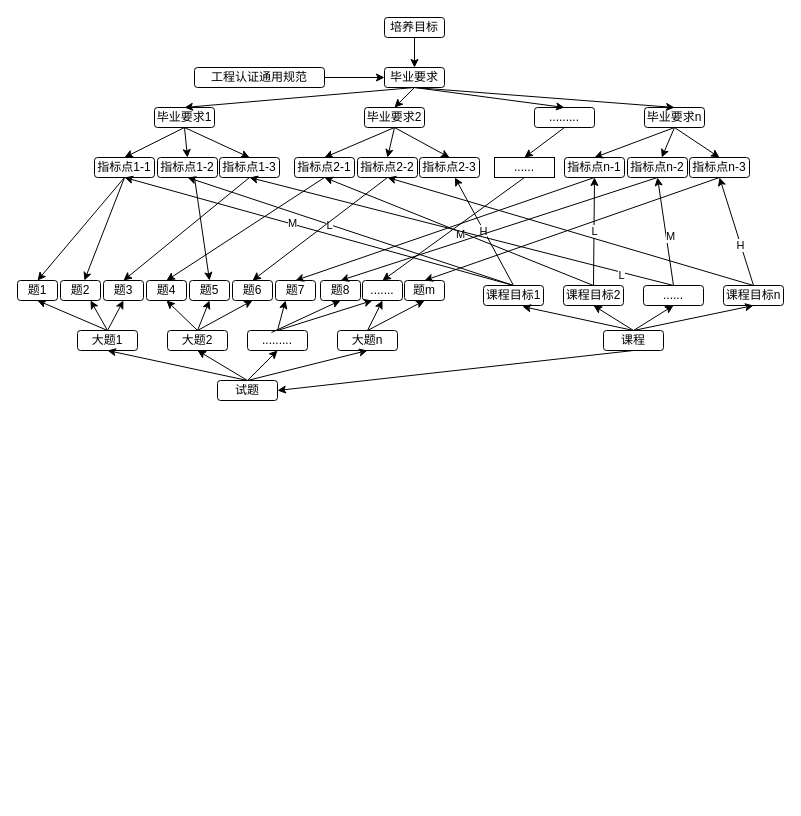
The draw.io diagram Untitled Diagram.drawio in oliverwy/DhDesignpattern, before the edit. Source tidied: cells renumbered, new cells numbered last; positions are measured from the earlier drawing's top-left corner, leaving out a move shared by most shapes. Both pictures are drawn from the tidied source at 100%, with x=0, y=0 at pixel (17, 17).
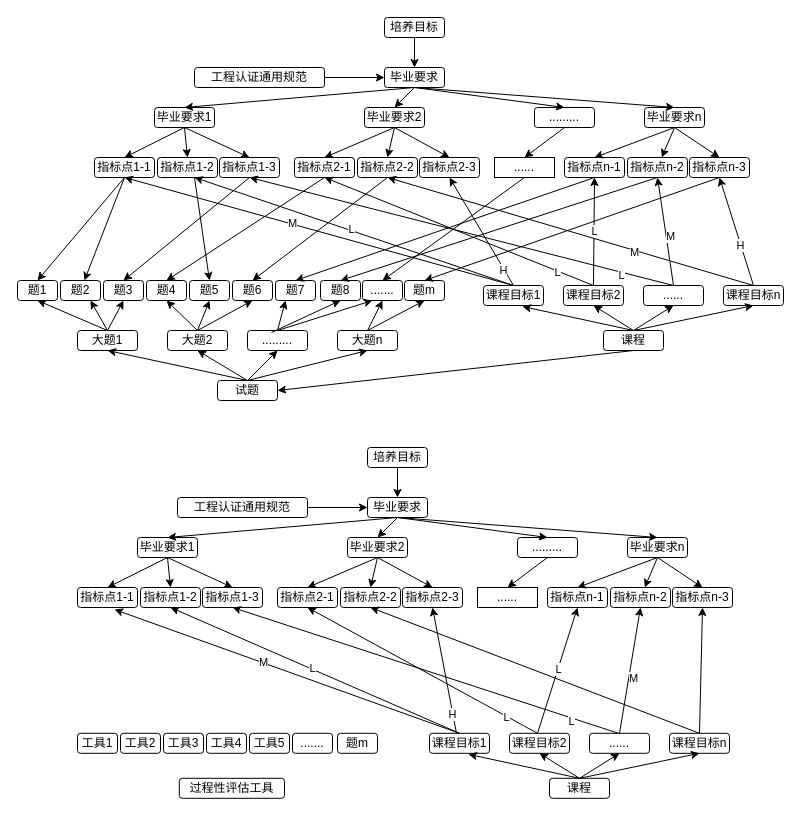
The same page after the edit.

Unchanged cells that the change refers to:
```xml
<mxCell id="10" value="指标点1-2" style="rounded=1;whiteSpace=wrap;html=1;align=center;" parent="1" vertex="1">
  <mxGeometry x="140" y="140" width="60" height="20" as="geometry" />
</mxCell>
<mxCell id="12" value="指标点2-1" style="rounded=1;whiteSpace=wrap;html=1;align=center;" parent="1" vertex="1">
  <mxGeometry x="277" y="140" width="60" height="20" as="geometry" />
</mxCell>
<mxCell id="14" value="指标点2-3" style="rounded=1;whiteSpace=wrap;html=1;align=center;" parent="1" vertex="1">
  <mxGeometry x="402" y="140" width="60" height="20" as="geometry" />
</mxCell>
<mxCell id="19" value="课程目标1" style="rounded=1;whiteSpace=wrap;html=1;align=center;" parent="1" vertex="1">
  <mxGeometry x="466" y="268" width="60" height="20" as="geometry" />
</mxCell>
<mxCell id="20" value="课程目标2" style="rounded=1;whiteSpace=wrap;html=1;align=center;" parent="1" vertex="1">
  <mxGeometry x="546" y="268" width="60" height="20" as="geometry" />
</mxCell>
<mxCell id="39" style="endArrow=classic;html=1;rounded=0;exitX=0.5;exitY=0;exitDx=0;exitDy=0;entryX=0.5;entryY=1;entryDx=0;entryDy=0;" parent="1" edge="1" source="22" target="13">
  <mxGeometry relative="1" as="geometry" />
</mxCell>
```

The edit, as a diff of the source:
```diff
@@
-    <mxCell id="25" style="endArrow=classic;html=1;rounded=0;entryX=0.5;entryY=1;entryDx=0;entryDy=0;exitX=0.5;exitY=0;exitDx=0;exitDy=0;" parent="1" edge="1" source="19" target="10">
-      <mxGeometry relative="1" as="geometry" />
-    </mxCell>
-    <mxCell id="26" value="&lt;div&gt;L&lt;/div&gt;" style="edgeLabel;html=1;align=center;verticalAlign=middle;" parent="25" vertex="1">
-      <mxGeometry x="0.13" y="1" relative="1" as="geometry" />
-    </mxCell>
-    <mxCell id="27" style="endArrow=classic;html=1;rounded=0;exitX=0.5;exitY=0;exitDx=0;exitDy=0;" parent="1" edge="1" source="19" target="14">
-      <mxGeometry relative="1" as="geometry" />
-    </mxCell>
-    <mxCell id="28" value="H" style="edgeLabel;html=1;align=center;verticalAlign=middle;" parent="27" vertex="1">
-      <mxGeometry x="0.02" y="1" relative="1" as="geometry" />
-    </mxCell>
-    <mxCell id="29" style="endArrow=classic;html=1;rounded=0;exitX=0.5;exitY=0;exitDx=0;exitDy=0;entryX=0.5;entryY=1;entryDx=0;entryDy=0;" parent="1" edge="1" source="20" target="12">
-      <mxGeometry relative="1" as="geometry" />
-    </mxCell>
-    <mxCell id="30" value="M" style="edgeLabel;html=1;align=center;verticalAlign=middle;" parent="29" vertex="1">
-      <mxGeometry x="-0.01" y="2" relative="1" as="geometry" />
-    </mxCell>
@@
+    <mxCell id="102" value="M" style="edgeLabel;html=1;align=center;verticalAlign=middle;" parent="39" vertex="1">
+      <mxGeometry x="-0.35" y="2" relative="1" as="geometry" />
+    </mxCell>
@@
+    <mxCell id="27" style="endArrow=classic;html=1;rounded=0;entryX=0.5;entryY=1;entryDx=0;entryDy=0;exitX=0.5;exitY=0;exitDx=0;exitDy=0;" parent="1" edge="1" source="19" target="14">
+      <mxGeometry relative="1" as="geometry" />
+    </mxCell>
+    <mxCell id="103" value="H" style="edgeLabel;html=1;align=center;verticalAlign=middle;" parent="27" vertex="1">
+      <mxGeometry x="-0.69" y="1" relative="1" as="geometry" />
+    </mxCell>
+    <mxCell id="29" style="endArrow=classic;html=1;rounded=0;entryX=0.5;entryY=1;entryDx=0;entryDy=0;exitX=0.5;exitY=0;exitDx=0;exitDy=0;" parent="1" edge="1" source="20" target="12">
+      <mxGeometry relative="1" as="geometry" />
+    </mxCell>
+    <mxCell id="104" value="&lt;div&gt;L&lt;/div&gt;" style="edgeLabel;html=1;align=center;verticalAlign=middle;" parent="29" vertex="1">
+      <mxGeometry x="-0.73" y="1" relative="1" as="geometry" />
+    </mxCell>
+    <mxCell id="25" style="endArrow=classic;html=1;rounded=0;entryX=0.617;entryY=1;entryDx=0;entryDy=0;entryPerimeter=0;exitX=0.5;exitY=0;exitDx=0;exitDy=0;" parent="1" edge="1" source="19" target="10">
+      <mxGeometry relative="1" as="geometry" />
+    </mxCell>
+    <mxCell id="105" value="L" style="edgeLabel;html=1;align=center;verticalAlign=middle;" parent="25" vertex="1">
+      <mxGeometry x="0.02" y="-1" relative="1" as="geometry" />
+    </mxCell>
+    <mxCell id="106" value="&lt;div align=&quot;center&quot;&gt;培养目标&lt;/div&gt;" style="rounded=1;whiteSpace=wrap;html=1;align=center;" parent="1" vertex="1">
+      <mxGeometry x="350" y="430" width="60" height="20" as="geometry" />
+    </mxCell>
+    <mxCell id="107" value="毕业要求" style="rounded=1;whiteSpace=wrap;html=1;align=center;" parent="1" vertex="1">
+      <mxGeometry x="350" y="480" width="60" height="20" as="geometry" />
+    </mxCell>
+    <mxCell id="108" value="工程认证通用规范" style="rounded=1;whiteSpace=wrap;html=1;align=center;" parent="1" vertex="1">
+      <mxGeometry x="160" y="480" width="130" height="20" as="geometry" />
+    </mxCell>
+    <mxCell id="109" value="毕业要求1" style="rounded=1;whiteSpace=wrap;html=1;align=center;" parent="1" vertex="1">
+      <mxGeometry x="120" y="520" width="60" height="20" as="geometry" />
+    </mxCell>
+    <mxCell id="110" value="毕业要求2" style="rounded=1;whiteSpace=wrap;html=1;align=center;" parent="1" vertex="1">
+      <mxGeometry x="330" y="520" width="60" height="20" as="geometry" />
+    </mxCell>
+    <mxCell id="111" value="毕业要求n" style="rounded=1;whiteSpace=wrap;html=1;align=center;" parent="1" vertex="1">
+      <mxGeometry x="610" y="520" width="60" height="20" as="geometry" />
+    </mxCell>
+    <mxCell id="112" value="........." style="rounded=1;whiteSpace=wrap;html=1;align=center;" parent="1" vertex="1">
+      <mxGeometry x="500" y="520" width="60" height="20" as="geometry" />
+    </mxCell>
+    <mxCell id="113" value="指标点1-1" style="rounded=1;whiteSpace=wrap;html=1;align=center;" parent="1" vertex="1">
+      <mxGeometry x="60" y="570" width="60" height="20" as="geometry" />
+    </mxCell>
+    <mxCell id="114" value="指标点1-2" style="rounded=1;whiteSpace=wrap;html=1;align=center;" parent="1" vertex="1">
+      <mxGeometry x="123" y="570" width="60" height="20" as="geometry" />
+    </mxCell>
+    <mxCell id="115" value="指标点1-3" style="rounded=1;whiteSpace=wrap;html=1;align=center;" parent="1" vertex="1">
+      <mxGeometry x="185" y="570" width="60" height="20" as="geometry" />
+    </mxCell>
+    <mxCell id="116" value="指标点2-1" style="rounded=1;whiteSpace=wrap;html=1;align=center;" parent="1" vertex="1">
+      <mxGeometry x="260" y="570" width="60" height="20" as="geometry" />
+    </mxCell>
+    <mxCell id="117" value="指标点2-2" style="rounded=1;whiteSpace=wrap;html=1;align=center;" parent="1" vertex="1">
+      <mxGeometry x="323" y="570" width="60" height="20" as="geometry" />
+    </mxCell>
+    <mxCell id="118" value="指标点2-3" style="rounded=1;whiteSpace=wrap;html=1;align=center;" parent="1" vertex="1">
+      <mxGeometry x="385" y="570" width="60" height="20" as="geometry" />
+    </mxCell>
+    <mxCell id="119" value="指标点n-1" style="rounded=1;whiteSpace=wrap;html=1;align=center;" parent="1" vertex="1">
+      <mxGeometry x="530" y="570" width="60" height="20" as="geometry" />
+    </mxCell>
+    <mxCell id="120" value="指标点n-2" style="rounded=1;whiteSpace=wrap;html=1;align=center;" parent="1" vertex="1">
+      <mxGeometry x="593" y="570" width="60" height="20" as="geometry" />
+    </mxCell>
+    <mxCell id="121" value="指标点n-3" style="rounded=1;whiteSpace=wrap;html=1;align=center;" parent="1" vertex="1">
+      <mxGeometry x="655" y="570" width="60" height="20" as="geometry" />
+    </mxCell>
+    <mxCell id="122" value="......" style="rounded=1;whiteSpace=wrap;html=1;align=center;arcSize=0;" parent="1" vertex="1">
+      <mxGeometry x="460" y="570" width="60" height="20" as="geometry" />
+    </mxCell>
+    <mxCell id="123" style="endArrow=classic;html=1;rounded=0;exitX=0.5;exitY=1;exitDx=0;exitDy=0;entryX=0.5;entryY=0;entryDx=0;entryDy=0;" parent="1" edge="1" source="109" target="113">
+      <mxGeometry relative="1" as="geometry" />
+    </mxCell>
+    <mxCell id="124" style="endArrow=classic;html=1;rounded=0;exitX=0.5;exitY=1;exitDx=0;exitDy=0;entryX=0.5;entryY=0;entryDx=0;entryDy=0;" parent="1" edge="1" source="109" target="114">
+      <mxGeometry relative="1" as="geometry" />
+    </mxCell>
+    <mxCell id="125" style="endArrow=classic;html=1;rounded=0;exitX=0.5;exitY=1;exitDx=0;exitDy=0;entryX=0.5;entryY=0;entryDx=0;entryDy=0;" parent="1" edge="1" source="109" target="115">
+      <mxGeometry relative="1" as="geometry" />
+    </mxCell>
+    <mxCell id="126" style="endArrow=classic;html=1;rounded=0;exitX=0.5;exitY=1;exitDx=0;exitDy=0;entryX=0.5;entryY=0;entryDx=0;entryDy=0;" parent="1" edge="1" source="110" target="116">
+      <mxGeometry relative="1" as="geometry" />
+    </mxCell>
+    <mxCell id="127" style="endArrow=classic;html=1;rounded=0;exitX=0.5;exitY=1;exitDx=0;exitDy=0;entryX=0.5;entryY=0;entryDx=0;entryDy=0;" parent="1" edge="1" source="110" target="117">
+      <mxGeometry relative="1" as="geometry" />
+    </mxCell>
+    <mxCell id="128" style="endArrow=classic;html=1;rounded=0;exitX=0.5;exitY=1;exitDx=0;exitDy=0;entryX=0.5;entryY=0;entryDx=0;entryDy=0;" parent="1" edge="1" source="110" target="118">
+      <mxGeometry relative="1" as="geometry" />
+    </mxCell>
+    <mxCell id="129" style="endArrow=classic;html=1;rounded=0;exitX=0.5;exitY=1;exitDx=0;exitDy=0;entryX=0.5;entryY=0;entryDx=0;entryDy=0;" parent="1" edge="1" source="112" target="122">
+      <mxGeometry relative="1" as="geometry" />
+    </mxCell>
+    <mxCell id="130" style="endArrow=classic;html=1;rounded=0;exitX=0.5;exitY=1;exitDx=0;exitDy=0;entryX=0.5;entryY=0;entryDx=0;entryDy=0;" parent="1" edge="1" source="111" target="119">
+      <mxGeometry relative="1" as="geometry" />
+    </mxCell>
+    <mxCell id="131" style="endArrow=classic;html=1;rounded=0;exitX=0.5;exitY=1;exitDx=0;exitDy=0;" parent="1" edge="1" source="111" target="120">
+      <mxGeometry relative="1" as="geometry" />
+    </mxCell>
+    <mxCell id="132" style="endArrow=classic;html=1;rounded=0;exitX=0.5;exitY=1;exitDx=0;exitDy=0;entryX=0.5;entryY=0;entryDx=0;entryDy=0;" parent="1" edge="1" source="111" target="121">
+      <mxGeometry relative="1" as="geometry" />
+    </mxCell>
+    <mxCell id="133" style="endArrow=classic;html=1;rounded=0;exitX=1;exitY=0.5;exitDx=0;exitDy=0;entryX=0;entryY=0.5;entryDx=0;entryDy=0;" parent="1" edge="1" source="108" target="107">
+      <mxGeometry relative="1" as="geometry" />
+    </mxCell>
+    <mxCell id="134" style="endArrow=classic;html=1;rounded=0;exitX=0.5;exitY=1;exitDx=0;exitDy=0;entryX=0.5;entryY=0;entryDx=0;entryDy=0;" parent="1" edge="1" source="106" target="107">
+      <mxGeometry relative="1" as="geometry" />
+    </mxCell>
+    <mxCell id="135" style="endArrow=classic;html=1;rounded=0;exitX=0.5;exitY=1;exitDx=0;exitDy=0;entryX=0.5;entryY=0;entryDx=0;entryDy=0;" parent="1" edge="1" source="107" target="109">
+      <mxGeometry relative="1" as="geometry" />
+    </mxCell>
+    <mxCell id="136" style="endArrow=classic;html=1;rounded=0;exitX=0.5;exitY=1;exitDx=0;exitDy=0;entryX=0.5;entryY=0;entryDx=0;entryDy=0;" parent="1" edge="1" source="107" target="110">
+      <mxGeometry relative="1" as="geometry" />
+    </mxCell>
+    <mxCell id="137" style="endArrow=classic;html=1;rounded=0;exitX=0.5;exitY=1;exitDx=0;exitDy=0;entryX=0.5;entryY=0;entryDx=0;entryDy=0;" parent="1" edge="1" source="107" target="112">
+      <mxGeometry relative="1" as="geometry" />
+    </mxCell>
+    <mxCell id="138" style="endArrow=classic;html=1;rounded=0;exitX=0.5;exitY=1;exitDx=0;exitDy=0;entryX=0.5;entryY=0;entryDx=0;entryDy=0;" parent="1" edge="1" source="107" target="111">
+      <mxGeometry relative="1" as="geometry" />
+    </mxCell>
+    <mxCell id="139" value="课程" style="rounded=1;whiteSpace=wrap;html=1;align=center;" parent="1" vertex="1">
+      <mxGeometry x="532" y="760.8" width="60" height="20" as="geometry" />
+    </mxCell>
+    <mxCell id="140" value="课程目标1" style="rounded=1;whiteSpace=wrap;html=1;align=center;" parent="1" vertex="1">
+      <mxGeometry x="412" y="715.8" width="60" height="20" as="geometry" />
+    </mxCell>
+    <mxCell id="141" value="课程目标2" style="rounded=1;whiteSpace=wrap;html=1;align=center;" parent="1" vertex="1">
+      <mxGeometry x="492" y="715.8" width="60" height="20" as="geometry" />
+    </mxCell>
+    <mxCell id="142" value="......" style="rounded=1;whiteSpace=wrap;html=1;align=center;" parent="1" vertex="1">
+      <mxGeometry x="572" y="715.8" width="60" height="20" as="geometry" />
+    </mxCell>
+    <mxCell id="143" value="课程目标n" style="rounded=1;whiteSpace=wrap;html=1;align=center;" parent="1" vertex="1">
+      <mxGeometry x="652" y="715.8" width="60" height="20" as="geometry" />
+    </mxCell>
+    <mxCell id="144" style="endArrow=classic;html=1;rounded=0;entryX=0.65;entryY=1.05;entryDx=0;entryDy=0;entryPerimeter=0;" parent="1" edge="1" target="140">
+      <mxGeometry relative="1" as="geometry">
+        <mxPoint x="562" y="760.8" as="sourcePoint" />
+      </mxGeometry>
+    </mxCell>
+    <mxCell id="145" style="endArrow=classic;html=1;rounded=0;exitX=0.5;exitY=0;exitDx=0;exitDy=0;entryX=0.5;entryY=1;entryDx=0;entryDy=0;" parent="1" edge="1" source="139" target="141">
+      <mxGeometry relative="1" as="geometry" />
+    </mxCell>
+    <mxCell id="146" style="endArrow=classic;html=1;rounded=0;exitX=0.5;exitY=0;exitDx=0;exitDy=0;entryX=0.5;entryY=1;entryDx=0;entryDy=0;" parent="1" edge="1" source="139" target="142">
+      <mxGeometry relative="1" as="geometry" />
+    </mxCell>
+    <mxCell id="147" style="endArrow=classic;html=1;rounded=0;exitX=0.5;exitY=0;exitDx=0;exitDy=0;entryX=0.5;entryY=1;entryDx=0;entryDy=0;" parent="1" edge="1" source="139" target="143">
+      <mxGeometry relative="1" as="geometry" />
+    </mxCell>
+    <mxCell id="148" value="过程性评估工具" style="rounded=1;whiteSpace=wrap;html=1;align=center;" parent="1" vertex="1">
+      <mxGeometry x="161.8" y="760.8" width="105.2" height="20" as="geometry" />
+    </mxCell>
+    <mxCell id="149" value="工具1" style="rounded=1;whiteSpace=wrap;html=1;align=center;" parent="1" vertex="1">
+      <mxGeometry x="60" y="715.8" width="40" height="20" as="geometry" />
+    </mxCell>
+    <mxCell id="150" value="工具2" style="rounded=1;whiteSpace=wrap;html=1;align=center;" parent="1" vertex="1">
+      <mxGeometry x="103" y="715.8" width="40" height="20" as="geometry" />
+    </mxCell>
+    <mxCell id="151" value="工具3" style="rounded=1;whiteSpace=wrap;html=1;align=center;" parent="1" vertex="1">
+      <mxGeometry x="146" y="715.8" width="40" height="20" as="geometry" />
+    </mxCell>
+    <mxCell id="152" value="工具4" style="rounded=1;whiteSpace=wrap;html=1;align=center;" parent="1" vertex="1">
+      <mxGeometry x="189" y="715.8" width="40" height="20" as="geometry" />
+    </mxCell>
+    <mxCell id="153" value="工具5" style="rounded=1;whiteSpace=wrap;html=1;align=center;" parent="1" vertex="1">
+      <mxGeometry x="232" y="715.8" width="40" height="20" as="geometry" />
+    </mxCell>
+    <mxCell id="154" value="题m" style="rounded=1;whiteSpace=wrap;html=1;align=center;" parent="1" vertex="1">
+      <mxGeometry x="320" y="715.8" width="40" height="20" as="geometry" />
+    </mxCell>
+    <mxCell id="155" value="......." style="rounded=1;whiteSpace=wrap;html=1;align=center;" parent="1" vertex="1">
+      <mxGeometry x="275" y="715.8" width="40" height="20" as="geometry" />
+    </mxCell>
+    <mxCell id="156" style="endArrow=classic;html=1;rounded=0;entryX=0.5;entryY=1;entryDx=0;entryDy=0;exitX=0.5;exitY=0;exitDx=0;exitDy=0;" parent="1" edge="1" source="143" target="121">
+      <mxGeometry relative="1" as="geometry" />
+    </mxCell>
+    <mxCell id="157" style="endArrow=classic;html=1;rounded=0;exitX=0.5;exitY=0;exitDx=0;exitDy=0;entryX=0.5;entryY=1;entryDx=0;entryDy=0;" parent="1" edge="1" source="143" target="117">
+      <mxGeometry relative="1" as="geometry" />
+    </mxCell>
+    <mxCell id="158" style="endArrow=classic;html=1;rounded=0;exitX=0.5;exitY=0;exitDx=0;exitDy=0;entryX=0.5;entryY=1;entryDx=0;entryDy=0;" parent="1" edge="1" target="120">
+      <mxGeometry relative="1" as="geometry">
+        <mxPoint x="602" y="715.8" as="sourcePoint" />
+      </mxGeometry>
+    </mxCell>
+    <mxCell id="159" value="M" style="edgeLabel;html=1;align=center;verticalAlign=middle;" parent="158" vertex="1">
+      <mxGeometry x="-0.1" y="-4" relative="1" as="geometry" />
+    </mxCell>
+    <mxCell id="160" style="endArrow=classic;html=1;rounded=0;exitX=0.5;exitY=0;exitDx=0;exitDy=0;entryX=0.5;entryY=1;entryDx=0;entryDy=0;" parent="1" edge="1" target="115">
+      <mxGeometry relative="1" as="geometry">
+        <mxPoint x="601" y="715.8" as="sourcePoint" />
+      </mxGeometry>
+    </mxCell>
+    <mxCell id="161" value="L" style="edgeLabel;html=1;align=center;verticalAlign=middle;" parent="160" vertex="1">
+      <mxGeometry x="-0.76" y="3" relative="1" as="geometry" />
+    </mxCell>
+    <mxCell id="162" style="endArrow=classic;html=1;rounded=0;exitX=0.5;exitY=0;exitDx=0;exitDy=0;entryX=0.5;entryY=1;entryDx=0;entryDy=0;" parent="1" edge="1" target="119">
+      <mxGeometry relative="1" as="geometry">
+        <mxPoint x="520" y="715.8" as="sourcePoint" />
+      </mxGeometry>
+    </mxCell>
+    <mxCell id="163" value="L" style="edgeLabel;html=1;align=center;verticalAlign=middle;" parent="162" vertex="1">
+      <mxGeometry x="0.01" relative="1" as="geometry" />
+    </mxCell>
+    <mxCell id="164" style="endArrow=classic;html=1;rounded=0;entryX=0.5;entryY=1;entryDx=0;entryDy=0;exitX=0.5;exitY=0;exitDx=0;exitDy=0;" parent="1" edge="1" target="116">
+      <mxGeometry relative="1" as="geometry">
+        <mxPoint x="520" y="715.8" as="sourcePoint" />
+      </mxGeometry>
+    </mxCell>
+    <mxCell id="165" value="&lt;div&gt;L&lt;/div&gt;" style="edgeLabel;html=1;align=center;verticalAlign=middle;" parent="164" vertex="1">
+      <mxGeometry x="-0.73" y="1" relative="1" as="geometry" />
+    </mxCell>
+    <mxCell id="166" style="endArrow=classic;html=1;rounded=0;entryX=0.5;entryY=1;entryDx=0;entryDy=0;exitX=0.5;exitY=0;exitDx=0;exitDy=0;" parent="1" edge="1" target="118">
+      <mxGeometry relative="1" as="geometry">
+        <mxPoint x="439" y="715.8" as="sourcePoint" />
+      </mxGeometry>
+    </mxCell>
+    <mxCell id="167" value="H" style="edgeLabel;html=1;align=center;verticalAlign=middle;" parent="166" vertex="1">
+      <mxGeometry x="-0.69" y="1" relative="1" as="geometry" />
+    </mxCell>
+    <mxCell id="168" style="endArrow=classic;html=1;rounded=0;entryX=0.5;entryY=1;entryDx=0;entryDy=0;exitX=0.5;exitY=0;exitDx=0;exitDy=0;" parent="1" edge="1" target="114">
+      <mxGeometry relative="1" as="geometry">
+        <mxPoint x="442" y="715.8" as="sourcePoint" />
+      </mxGeometry>
+    </mxCell>
+    <mxCell id="169" value="L" style="edgeLabel;html=1;align=center;verticalAlign=middle;" parent="168" vertex="1">
+      <mxGeometry x="0.02" y="-1" relative="1" as="geometry" />
+    </mxCell>
+    <mxCell id="170" style="endArrow=classic;html=1;rounded=0;exitX=0.5;exitY=0;exitDx=0;exitDy=0;entryX=0.617;entryY=1.1;entryDx=0;entryDy=0;entryPerimeter=0;" parent="1" edge="1" source="140" target="113">
+      <mxGeometry relative="1" as="geometry" />
+    </mxCell>
+    <mxCell id="171" value="M" style="edgeLabel;html=1;align=center;verticalAlign=middle;" parent="170" vertex="1">
+      <mxGeometry x="0.14" y="-1" relative="1" as="geometry" />
+    </mxCell>
```
